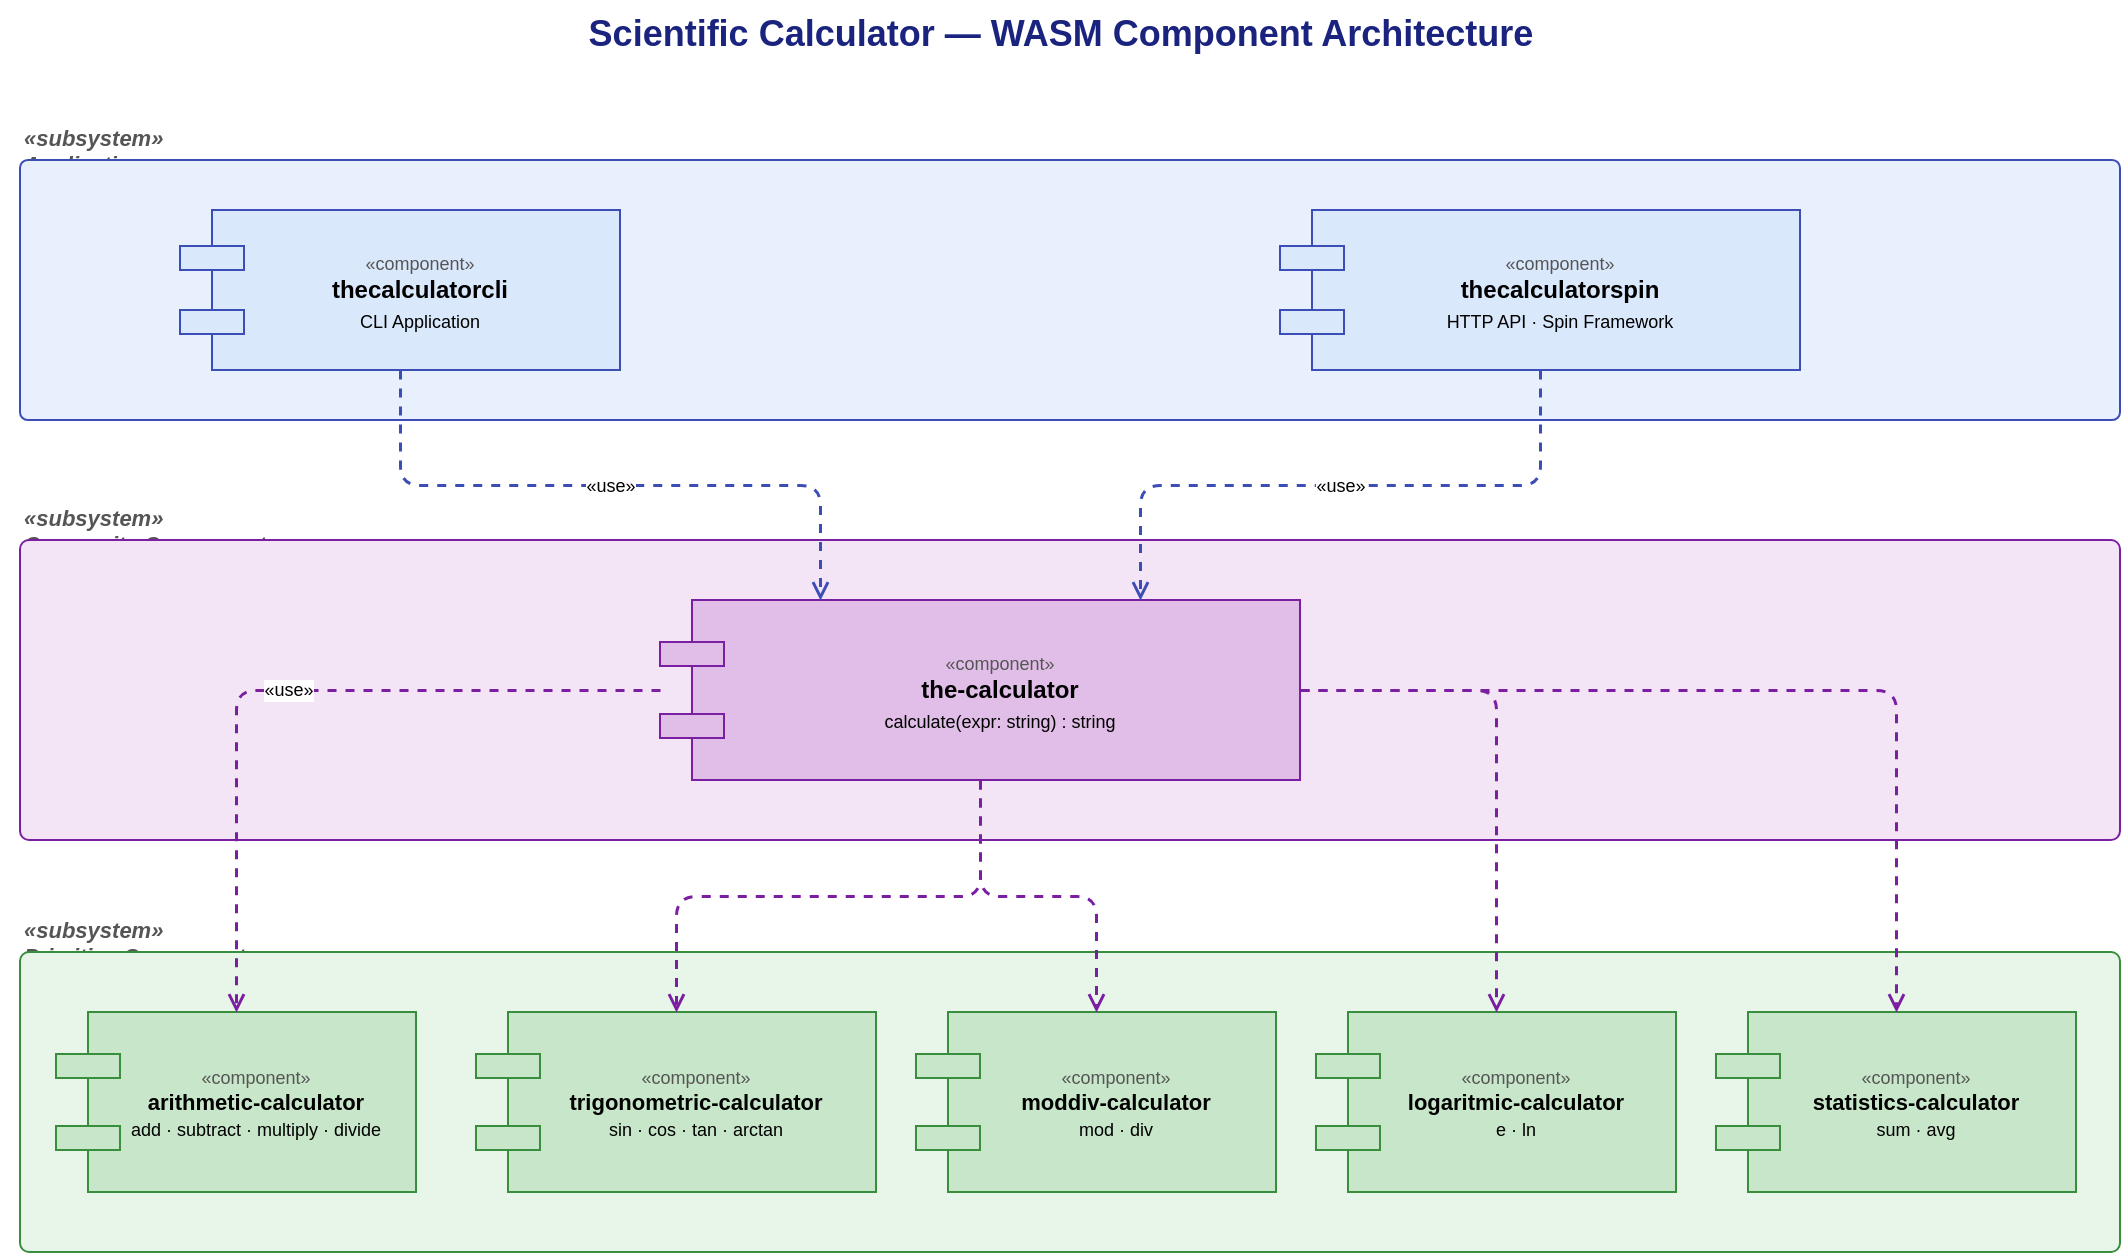
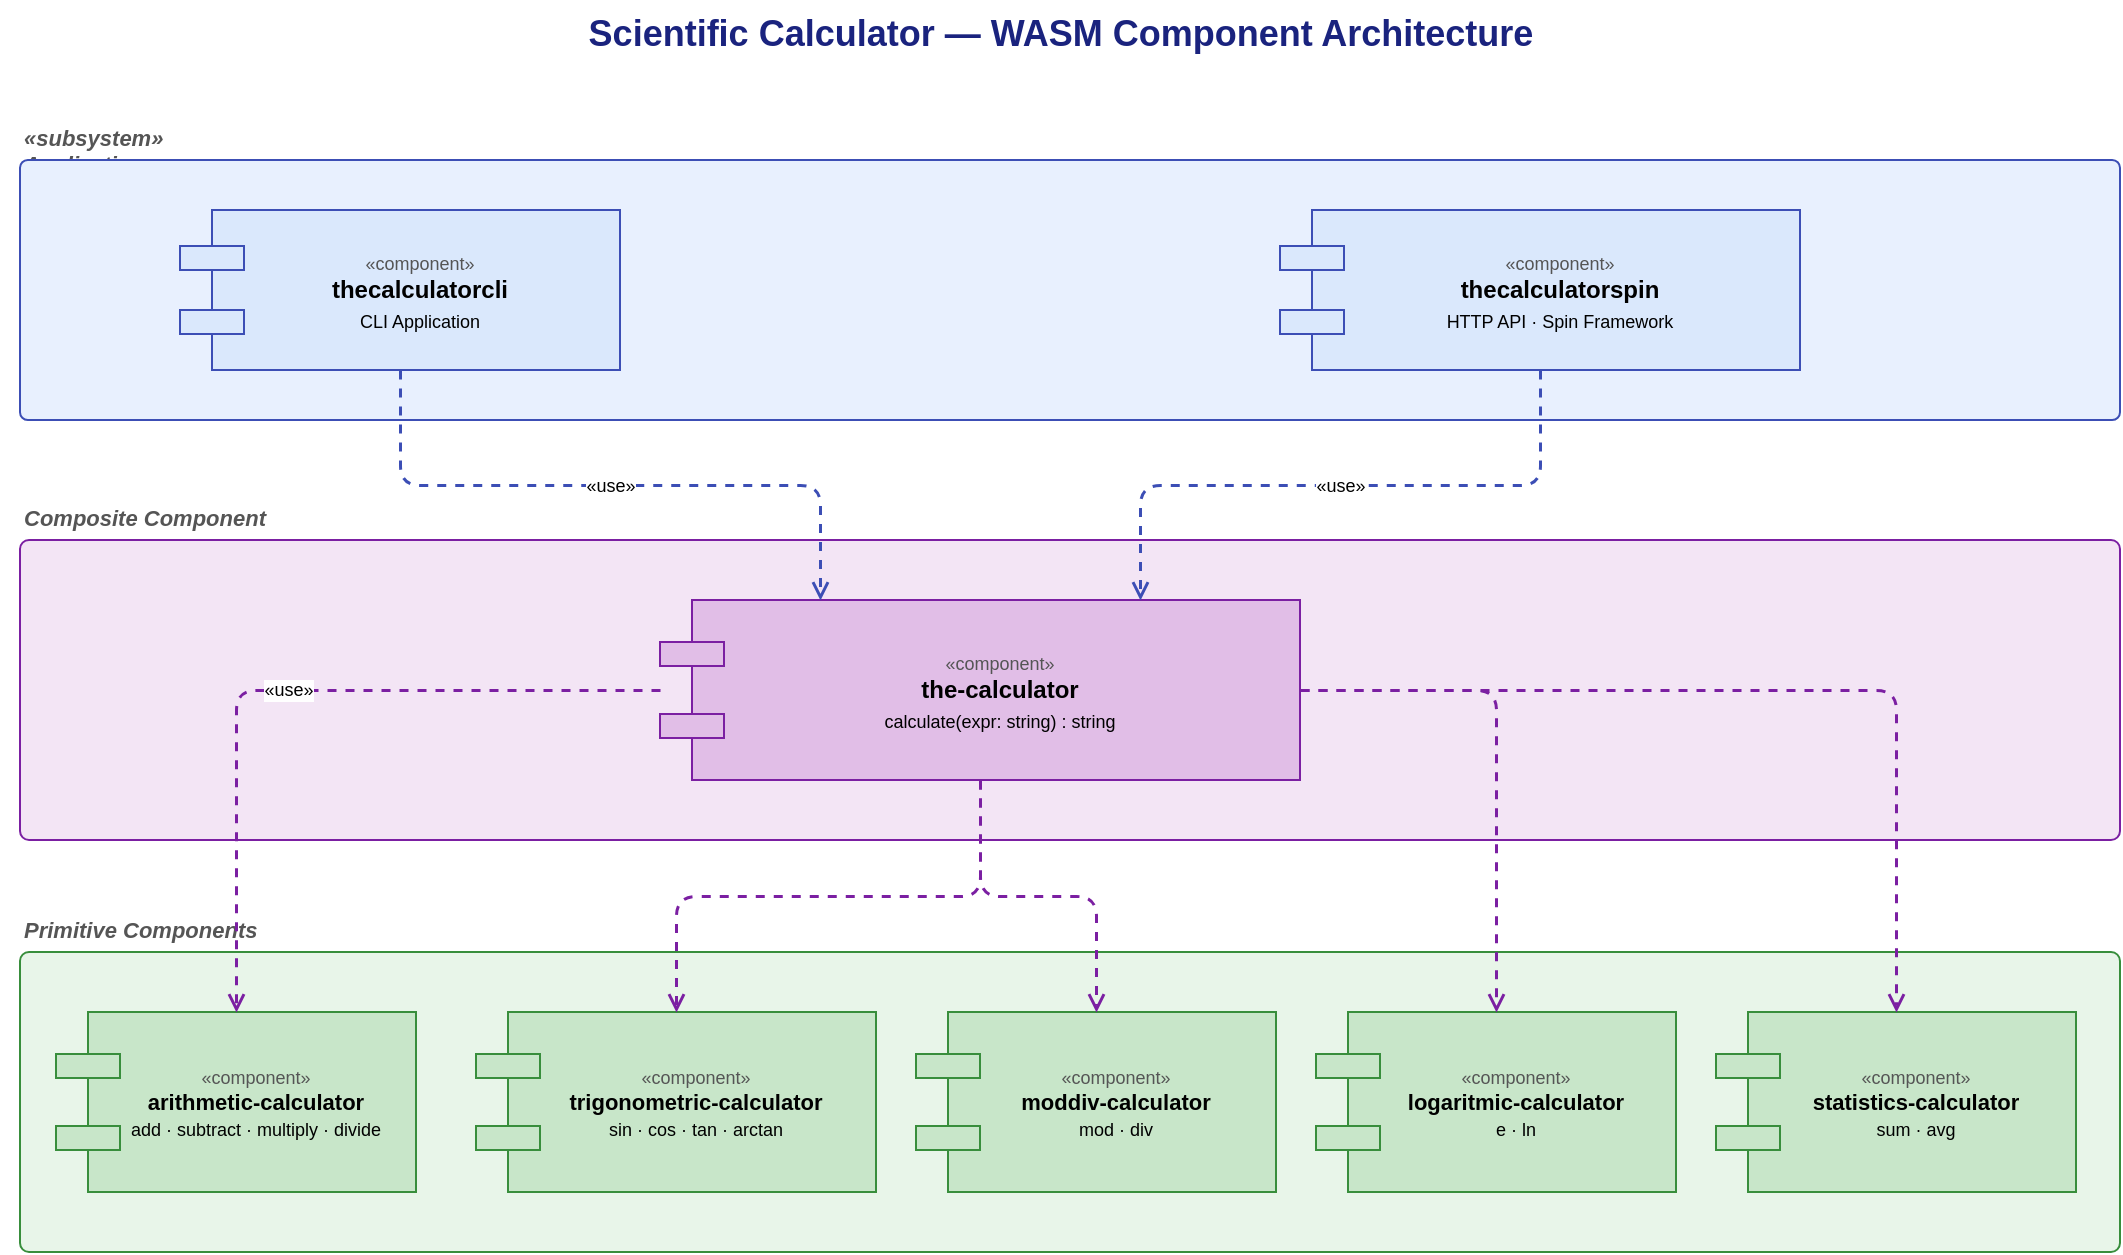
- <mxfile host="Copilot">
-   <diagram name="WASM Components">
-     <mxGraphModel dx="1422" dy="762" grid="0" gridSize="10" guides="1" tooltips="1" connect="1" arrows="1" fold="1" page="0" pageScale="1" pageWidth="1169" pageHeight="827" math="0" shadow="0">
+ <mxfile host="app.diagrams.net">
+   <diagram name="WASM Components" id="0">
+     <mxGraphModel dx="1193" dy="767" grid="0" gridSize="10" guides="1" tooltips="1" connect="1" arrows="1" fold="1" page="0" pageScale="1" pageWidth="1169" pageHeight="827" math="0" shadow="0">
      <root>
-         <mxCell id="0"/>
-         <mxCell id="1" parent="0"/>
- 
-         <mxCell id="title" value="Scientific Calculator — WASM Component Architecture" style="text;html=1;fontSize=18;fontStyle=1;align=center;fontColor=#1a237e;" vertex="1" parent="1">
-           <mxGeometry x="40" y="20" width="1060" height="36" as="geometry"/>
+         <mxCell id="0" />
+         <mxCell id="1" parent="0" />
+         <mxCell id="title" parent="1" style="text;html=1;fontSize=18;fontStyle=1;align=center;fontColor=#1a237e;" value="Scientific Calculator — WASM Component Architecture" vertex="1">
+           <mxGeometry height="36" width="1060" x="40" y="20" as="geometry" />
        </mxCell>
- 
-         <mxCell id="lbl-apps" value="«subsystem»&#xa;Applications" style="text;html=1;fontSize=11;fontStyle=3;fontColor=#555555;align=left;" vertex="1" parent="1">
-           <mxGeometry x="50" y="76" width="160" height="24" as="geometry"/>
+         <mxCell id="lbl-apps" parent="1" style="text;html=1;fontSize=11;fontStyle=3;fontColor=#555555;align=left;" value="«subsystem»&#xa;Applications" vertex="1">
+           <mxGeometry height="24" width="160" x="50" y="76" as="geometry" />
        </mxCell>
-         <mxCell id="zone-apps" value="" style="rounded=1;whiteSpace=wrap;html=1;fillColor=#e8f0fe;strokeColor=#3c4eb5;strokeDasharray=6 4;strokeWidth=1;arcSize=3;" vertex="1" parent="1">
-           <mxGeometry x="50" y="100" width="1050" height="130" as="geometry"/>
+         <mxCell id="zone-apps" parent="1" style="rounded=1;whiteSpace=wrap;html=1;fillColor=#e8f0fe;strokeColor=#3c4eb5;strokeDasharray=6 4;strokeWidth=1;arcSize=3;" value="" vertex="1">
+           <mxGeometry height="130" width="1050" x="50" y="100" as="geometry" />
        </mxCell>
- 
-         <mxCell id="cli" value="&lt;font style=&quot;font-size: 9px; color: #555;&quot;&gt;&amp;laquo;component&amp;raquo;&lt;/font&gt;&lt;br&gt;&lt;b&gt;thecalculatorcli&lt;/b&gt;&lt;br&gt;&lt;font style=&quot;font-size: 9px;&quot;&gt;CLI Application&lt;/font&gt;" style="shape=component;align=center;spacingLeft=20;whiteSpace=wrap;html=1;fillColor=#dae8fc;strokeColor=#3c4eb5;fontSize=12;" vertex="1" parent="1">
-           <mxGeometry x="130" y="125" width="220" height="80" as="geometry"/>
+         <mxCell id="cli" parent="1" style="shape=component;align=center;spacingLeft=20;whiteSpace=wrap;html=1;fillColor=#dae8fc;strokeColor=#3c4eb5;fontSize=12;" value="&lt;font style=&quot;font-size: 9px; color: #555;&quot;&gt;&amp;laquo;component&amp;raquo;&lt;/font&gt;&lt;br&gt;&lt;b&gt;thecalculatorcli&lt;/b&gt;&lt;br&gt;&lt;font style=&quot;font-size: 9px;&quot;&gt;CLI Application&lt;/font&gt;" vertex="1">
+           <mxGeometry height="80" width="220" x="130" y="125" as="geometry" />
        </mxCell>
- 
-         <mxCell id="spin" value="&lt;font style=&quot;font-size: 9px; color: #555;&quot;&gt;&amp;laquo;component&amp;raquo;&lt;/font&gt;&lt;br&gt;&lt;b&gt;thecalculatorspin&lt;/b&gt;&lt;br&gt;&lt;font style=&quot;font-size: 9px;&quot;&gt;HTTP API · Spin Framework&lt;/font&gt;" style="shape=component;align=center;spacingLeft=20;whiteSpace=wrap;html=1;fillColor=#dae8fc;strokeColor=#3c4eb5;fontSize=12;" vertex="1" parent="1">
-           <mxGeometry x="680" y="125" width="260" height="80" as="geometry"/>
+         <mxCell id="spin" parent="1" style="shape=component;align=center;spacingLeft=20;whiteSpace=wrap;html=1;fillColor=#dae8fc;strokeColor=#3c4eb5;fontSize=12;" value="&lt;font style=&quot;font-size: 9px; color: #555;&quot;&gt;&amp;laquo;component&amp;raquo;&lt;/font&gt;&lt;br&gt;&lt;b&gt;thecalculatorspin&lt;/b&gt;&lt;br&gt;&lt;font style=&quot;font-size: 9px;&quot;&gt;HTTP API · Spin Framework&lt;/font&gt;" vertex="1">
+           <mxGeometry height="80" width="260" x="680" y="125" as="geometry" />
        </mxCell>
- 
-         <mxCell id="lbl-composite" value="«subsystem»&#xa;Composite Component" style="text;html=1;fontSize=11;fontStyle=3;fontColor=#555555;align=left;" vertex="1" parent="1">
-           <mxGeometry x="50" y="266" width="200" height="24" as="geometry"/>
+         <mxCell id="lbl-composite" parent="1" style="text;html=1;fontSize=11;fontStyle=3;fontColor=#555555;align=left;" value="Composite Component" vertex="1">
+           <mxGeometry height="24" width="200" x="50" y="266" as="geometry" />
        </mxCell>
-         <mxCell id="zone-composite" value="" style="rounded=1;whiteSpace=wrap;html=1;fillColor=#f3e5f5;strokeColor=#7b1fa2;strokeDasharray=6 4;strokeWidth=1;arcSize=3;" vertex="1" parent="1">
-           <mxGeometry x="50" y="290" width="1050" height="150" as="geometry"/>
+         <mxCell id="zone-composite" parent="1" style="rounded=1;whiteSpace=wrap;html=1;fillColor=#f3e5f5;strokeColor=#7b1fa2;strokeDasharray=6 4;strokeWidth=1;arcSize=3;" value="" vertex="1">
+           <mxGeometry height="150" width="1050" x="50" y="290" as="geometry" />
        </mxCell>
- 
-         <mxCell id="calc" value="&lt;font style=&quot;font-size: 9px; color: #555;&quot;&gt;&amp;laquo;component&amp;raquo;&lt;/font&gt;&lt;br&gt;&lt;b&gt;the-calculator&lt;/b&gt;&lt;br&gt;&lt;font style=&quot;font-size: 9px;&quot;&gt;calculate(expr: string) : string&lt;/font&gt;" style="shape=component;align=center;spacingLeft=20;whiteSpace=wrap;html=1;fillColor=#e1bee7;strokeColor=#7b1fa2;fontSize=12;" vertex="1" parent="1">
-           <mxGeometry x="370" y="320" width="320" height="90" as="geometry"/>
+         <mxCell id="calc" parent="1" style="shape=component;align=center;spacingLeft=20;whiteSpace=wrap;html=1;fillColor=#e1bee7;strokeColor=#7b1fa2;fontSize=12;" value="&lt;font style=&quot;font-size: 9px; color: #555;&quot;&gt;&amp;laquo;component&amp;raquo;&lt;/font&gt;&lt;br&gt;&lt;b&gt;the-calculator&lt;/b&gt;&lt;br&gt;&lt;font style=&quot;font-size: 9px;&quot;&gt;calculate(expr: string) : string&lt;/font&gt;" vertex="1">
+           <mxGeometry height="90" width="320" x="370" y="320" as="geometry" />
        </mxCell>
- 
-         <mxCell id="lbl-prim" value="«subsystem»&#xa;Primitive Components" style="text;html=1;fontSize=11;fontStyle=3;fontColor=#555555;align=left;" vertex="1" parent="1">
-           <mxGeometry x="50" y="472" width="200" height="24" as="geometry"/>
+         <mxCell id="lbl-prim" parent="1" style="text;html=1;fontSize=11;fontStyle=3;fontColor=#555555;align=left;" value="Primitive Components" vertex="1">
+           <mxGeometry height="24" width="200" x="50" y="472" as="geometry" />
        </mxCell>
-         <mxCell id="zone-prim" value="" style="rounded=1;whiteSpace=wrap;html=1;fillColor=#e8f5e9;strokeColor=#388e3c;strokeDasharray=6 4;strokeWidth=1;arcSize=3;" vertex="1" parent="1">
-           <mxGeometry x="50" y="496" width="1050" height="150" as="geometry"/>
+         <mxCell id="zone-prim" parent="1" style="rounded=1;whiteSpace=wrap;html=1;fillColor=#e8f5e9;strokeColor=#388e3c;strokeDasharray=6 4;strokeWidth=1;arcSize=3;" value="" vertex="1">
+           <mxGeometry height="150" width="1050" x="50" y="496" as="geometry" />
        </mxCell>
- 
-         <mxCell id="arith" value="&lt;font style=&quot;font-size: 9px; color: #555;&quot;&gt;&amp;laquo;component&amp;raquo;&lt;/font&gt;&lt;br&gt;&lt;b&gt;arithmetic-calculator&lt;/b&gt;&lt;br&gt;&lt;font style=&quot;font-size: 9px;&quot;&gt;add · subtract · multiply · divide&lt;/font&gt;" style="shape=component;align=center;spacingLeft=20;whiteSpace=wrap;html=1;fillColor=#c8e6c9;strokeColor=#388e3c;fontSize=11;" vertex="1" parent="1">
-           <mxGeometry x="68" y="526" width="180" height="90" as="geometry"/>
+         <mxCell id="arith" parent="1" style="shape=component;align=center;spacingLeft=20;whiteSpace=wrap;html=1;fillColor=#c8e6c9;strokeColor=#388e3c;fontSize=11;" value="&lt;font style=&quot;font-size: 9px; color: #555;&quot;&gt;&amp;laquo;component&amp;raquo;&lt;/font&gt;&lt;br&gt;&lt;b&gt;arithmetic-calculator&lt;/b&gt;&lt;br&gt;&lt;font style=&quot;font-size: 9px;&quot;&gt;add · subtract · multiply · divide&lt;/font&gt;" vertex="1">
+           <mxGeometry height="90" width="180" x="68" y="526" as="geometry" />
        </mxCell>
- 
-         <mxCell id="trig" value="&lt;font style=&quot;font-size: 9px; color: #555;&quot;&gt;&amp;laquo;component&amp;raquo;&lt;/font&gt;&lt;br&gt;&lt;b&gt;trigonometric-calculator&lt;/b&gt;&lt;br&gt;&lt;font style=&quot;font-size: 9px;&quot;&gt;sin · cos · tan · arctan&lt;/font&gt;" style="shape=component;align=center;spacingLeft=20;whiteSpace=wrap;html=1;fillColor=#c8e6c9;strokeColor=#388e3c;fontSize=11;" vertex="1" parent="1">
-           <mxGeometry x="278" y="526" width="200" height="90" as="geometry"/>
+         <mxCell id="trig" parent="1" style="shape=component;align=center;spacingLeft=20;whiteSpace=wrap;html=1;fillColor=#c8e6c9;strokeColor=#388e3c;fontSize=11;" value="&lt;font style=&quot;font-size: 9px; color: #555;&quot;&gt;&amp;laquo;component&amp;raquo;&lt;/font&gt;&lt;br&gt;&lt;b&gt;trigonometric-calculator&lt;/b&gt;&lt;br&gt;&lt;font style=&quot;font-size: 9px;&quot;&gt;sin · cos · tan · arctan&lt;/font&gt;" vertex="1">
+           <mxGeometry height="90" width="200" x="278" y="526" as="geometry" />
        </mxCell>
- 
-         <mxCell id="moddiv" value="&lt;font style=&quot;font-size: 9px; color: #555;&quot;&gt;&amp;laquo;component&amp;raquo;&lt;/font&gt;&lt;br&gt;&lt;b&gt;moddiv-calculator&lt;/b&gt;&lt;br&gt;&lt;font style=&quot;font-size: 9px;&quot;&gt;mod · div&lt;/font&gt;" style="shape=component;align=center;spacingLeft=20;whiteSpace=wrap;html=1;fillColor=#c8e6c9;strokeColor=#388e3c;fontSize=11;" vertex="1" parent="1">
-           <mxGeometry x="498" y="526" width="180" height="90" as="geometry"/>
+         <mxCell id="moddiv" parent="1" style="shape=component;align=center;spacingLeft=20;whiteSpace=wrap;html=1;fillColor=#c8e6c9;strokeColor=#388e3c;fontSize=11;" value="&lt;font style=&quot;font-size: 9px; color: #555;&quot;&gt;&amp;laquo;component&amp;raquo;&lt;/font&gt;&lt;br&gt;&lt;b&gt;moddiv-calculator&lt;/b&gt;&lt;br&gt;&lt;font style=&quot;font-size: 9px;&quot;&gt;mod · div&lt;/font&gt;" vertex="1">
+           <mxGeometry height="90" width="180" x="498" y="526" as="geometry" />
        </mxCell>
- 
-         <mxCell id="log" value="&lt;font style=&quot;font-size: 9px; color: #555;&quot;&gt;&amp;laquo;component&amp;raquo;&lt;/font&gt;&lt;br&gt;&lt;b&gt;logaritmic-calculator&lt;/b&gt;&lt;br&gt;&lt;font style=&quot;font-size: 9px;&quot;&gt;e · ln&lt;/font&gt;" style="shape=component;align=center;spacingLeft=20;whiteSpace=wrap;html=1;fillColor=#c8e6c9;strokeColor=#388e3c;fontSize=11;" vertex="1" parent="1">
-           <mxGeometry x="698" y="526" width="180" height="90" as="geometry"/>
+         <mxCell id="log" parent="1" style="shape=component;align=center;spacingLeft=20;whiteSpace=wrap;html=1;fillColor=#c8e6c9;strokeColor=#388e3c;fontSize=11;" value="&lt;font style=&quot;font-size: 9px; color: #555;&quot;&gt;&amp;laquo;component&amp;raquo;&lt;/font&gt;&lt;br&gt;&lt;b&gt;logaritmic-calculator&lt;/b&gt;&lt;br&gt;&lt;font style=&quot;font-size: 9px;&quot;&gt;e · ln&lt;/font&gt;" vertex="1">
+           <mxGeometry height="90" width="180" x="698" y="526" as="geometry" />
        </mxCell>
- 
-         <mxCell id="stats" value="&lt;font style=&quot;font-size: 9px; color: #555;&quot;&gt;&amp;laquo;component&amp;raquo;&lt;/font&gt;&lt;br&gt;&lt;b&gt;statistics-calculator&lt;/b&gt;&lt;br&gt;&lt;font style=&quot;font-size: 9px;&quot;&gt;sum · avg&lt;/font&gt;" style="shape=component;align=center;spacingLeft=20;whiteSpace=wrap;html=1;fillColor=#c8e6c9;strokeColor=#388e3c;fontSize=11;" vertex="1" parent="1">
-           <mxGeometry x="898" y="526" width="180" height="90" as="geometry"/>
+         <mxCell id="stats" parent="1" style="shape=component;align=center;spacingLeft=20;whiteSpace=wrap;html=1;fillColor=#c8e6c9;strokeColor=#388e3c;fontSize=11;" value="&lt;font style=&quot;font-size: 9px; color: #555;&quot;&gt;&amp;laquo;component&amp;raquo;&lt;/font&gt;&lt;br&gt;&lt;b&gt;statistics-calculator&lt;/b&gt;&lt;br&gt;&lt;font style=&quot;font-size: 9px;&quot;&gt;sum · avg&lt;/font&gt;" vertex="1">
+           <mxGeometry height="90" width="180" x="898" y="526" as="geometry" />
        </mxCell>
- 
-         <mxCell id="e-cli-calc" value="&lt;font style=&quot;font-size:9px&quot;&gt;&amp;laquo;use&amp;raquo;&lt;/font&gt;" style="edgeStyle=orthogonalEdgeStyle;html=1;endArrow=open;endFill=0;dashed=1;strokeColor=#3c4eb5;strokeWidth=1.5;fontSize=9;exitX=0.5;exitY=1;exitDx=0;exitDy=0;entryX=0.25;entryY=0;entryDx=0;entryDy=0;" edge="1" source="cli" target="calc" parent="1">
-           <mxGeometry relative="1" as="geometry"/>
+         <mxCell id="e-cli-calc" edge="1" parent="1" source="cli" style="edgeStyle=orthogonalEdgeStyle;html=1;endArrow=open;endFill=0;dashed=1;strokeColor=#3c4eb5;strokeWidth=1.5;fontSize=9;exitX=0.5;exitY=1;exitDx=0;exitDy=0;entryX=0.25;entryY=0;entryDx=0;entryDy=0;" target="calc" value="&lt;font style=&quot;font-size:9px&quot;&gt;&amp;laquo;use&amp;raquo;&lt;/font&gt;">
+           <mxGeometry relative="1" as="geometry" />
        </mxCell>
- 
-         <mxCell id="e-spin-calc" value="&lt;font style=&quot;font-size:9px&quot;&gt;&amp;laquo;use&amp;raquo;&lt;/font&gt;" style="edgeStyle=orthogonalEdgeStyle;html=1;endArrow=open;endFill=0;dashed=1;strokeColor=#3c4eb5;strokeWidth=1.5;fontSize=9;exitX=0.5;exitY=1;exitDx=0;exitDy=0;entryX=0.75;entryY=0;entryDx=0;entryDy=0;" edge="1" source="spin" target="calc" parent="1">
-           <mxGeometry relative="1" as="geometry"/>
+         <mxCell id="e-spin-calc" edge="1" parent="1" source="spin" style="edgeStyle=orthogonalEdgeStyle;html=1;endArrow=open;endFill=0;dashed=1;strokeColor=#3c4eb5;strokeWidth=1.5;fontSize=9;exitX=0.5;exitY=1;exitDx=0;exitDy=0;entryX=0.75;entryY=0;entryDx=0;entryDy=0;" target="calc" value="&lt;font style=&quot;font-size:9px&quot;&gt;&amp;laquo;use&amp;raquo;&lt;/font&gt;">
+           <mxGeometry relative="1" as="geometry" />
        </mxCell>
- 
-         <mxCell id="e-calc-arith" value="&lt;font style=&quot;font-size:9px&quot;&gt;&amp;laquo;use&amp;raquo;&lt;/font&gt;" style="edgeStyle=orthogonalEdgeStyle;html=1;endArrow=open;endFill=0;dashed=1;strokeColor=#7b1fa2;strokeWidth=1.5;fontSize=9;" edge="1" source="calc" target="arith" parent="1">
-           <mxGeometry relative="1" as="geometry"/>
+         <mxCell id="e-calc-arith" edge="1" parent="1" source="calc" style="edgeStyle=orthogonalEdgeStyle;html=1;endArrow=open;endFill=0;dashed=1;strokeColor=#7b1fa2;strokeWidth=1.5;fontSize=9;" target="arith" value="&lt;font style=&quot;font-size:9px&quot;&gt;&amp;laquo;use&amp;raquo;&lt;/font&gt;">
+           <mxGeometry relative="1" as="geometry" />
        </mxCell>
- 
-         <mxCell id="e-calc-trig" value="" style="edgeStyle=orthogonalEdgeStyle;html=1;endArrow=open;endFill=0;dashed=1;strokeColor=#7b1fa2;strokeWidth=1.5;" edge="1" source="calc" target="trig" parent="1">
-           <mxGeometry relative="1" as="geometry"/>
+         <mxCell id="e-calc-trig" edge="1" parent="1" source="calc" style="edgeStyle=orthogonalEdgeStyle;html=1;endArrow=open;endFill=0;dashed=1;strokeColor=#7b1fa2;strokeWidth=1.5;" target="trig" value="">
+           <mxGeometry relative="1" as="geometry" />
        </mxCell>
- 
-         <mxCell id="e-calc-moddiv" value="" style="edgeStyle=orthogonalEdgeStyle;html=1;endArrow=open;endFill=0;dashed=1;strokeColor=#7b1fa2;strokeWidth=1.5;" edge="1" source="calc" target="moddiv" parent="1">
-           <mxGeometry relative="1" as="geometry"/>
+         <mxCell id="e-calc-moddiv" edge="1" parent="1" source="calc" style="edgeStyle=orthogonalEdgeStyle;html=1;endArrow=open;endFill=0;dashed=1;strokeColor=#7b1fa2;strokeWidth=1.5;" target="moddiv" value="">
+           <mxGeometry relative="1" as="geometry" />
        </mxCell>
- 
-         <mxCell id="e-calc-log" value="" style="edgeStyle=orthogonalEdgeStyle;html=1;endArrow=open;endFill=0;dashed=1;strokeColor=#7b1fa2;strokeWidth=1.5;" edge="1" source="calc" target="log" parent="1">
-           <mxGeometry relative="1" as="geometry"/>
+         <mxCell id="e-calc-log" edge="1" parent="1" source="calc" style="edgeStyle=orthogonalEdgeStyle;html=1;endArrow=open;endFill=0;dashed=1;strokeColor=#7b1fa2;strokeWidth=1.5;" target="log" value="">
+           <mxGeometry relative="1" as="geometry" />
        </mxCell>
- 
-         <mxCell id="e-calc-stats" value="" style="edgeStyle=orthogonalEdgeStyle;html=1;endArrow=open;endFill=0;dashed=1;strokeColor=#7b1fa2;strokeWidth=1.5;" edge="1" source="calc" target="stats" parent="1">
-           <mxGeometry relative="1" as="geometry"/>
+         <mxCell id="e-calc-stats" edge="1" parent="1" source="calc" style="edgeStyle=orthogonalEdgeStyle;html=1;endArrow=open;endFill=0;dashed=1;strokeColor=#7b1fa2;strokeWidth=1.5;" target="stats" value="">
+           <mxGeometry relative="1" as="geometry" />
        </mxCell>
- 
      </root>
    </mxGraphModel>
  </diagram>
</mxfile>
